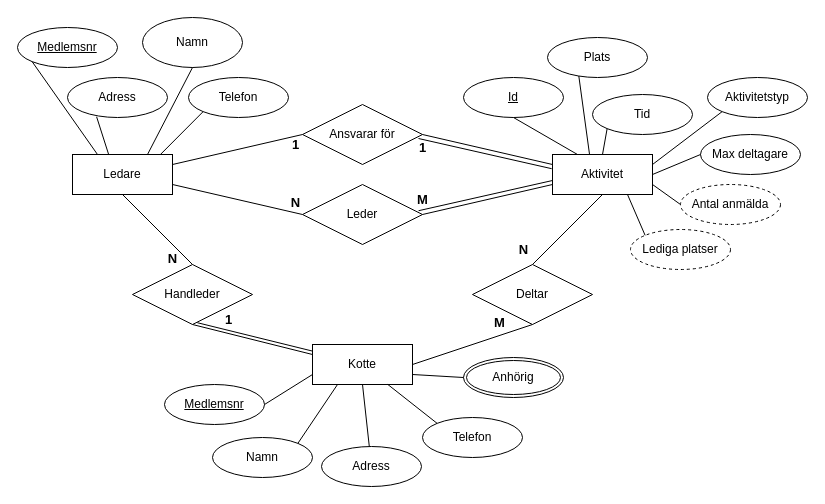
The draw.io diagram page "ER-modell" (1 of 2) of Brunflomullar.drawio in Ingelisun/ERmodels, before the edit. Source tidied: cells renumbered, new cells numbered last; positions are measured from the earlier drawing's top-left corner, leaving out a move shared by most shapes. Both pictures are drawn from the tidied source at 100%, with x=0, y=0 at pixel (17, 17).
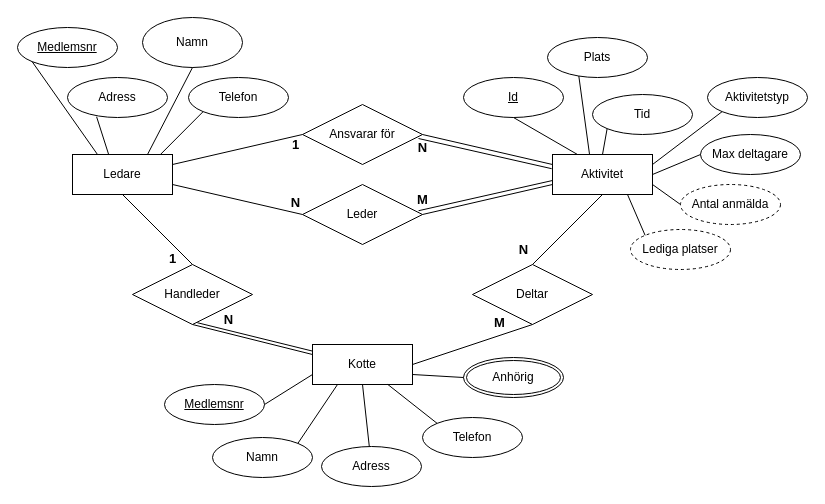
After the change.

The edit, as a diff of the source:
```diff
@@
-    <mxCell id="21" value="&lt;font style=&quot;font-size: 13px&quot;&gt;&lt;b style=&quot;font-size: 13px&quot;&gt;1&lt;/b&gt;&lt;/font&gt;" style="text;html=1;align=center;verticalAlign=middle;fillColor=none;strokeColor=none;rounded=0;fontSize=13;" parent="1" vertex="1">
+    <mxCell id="21" value="&lt;font style=&quot;font-size: 13px&quot;&gt;&lt;b style=&quot;font-size: 13px&quot;&gt;N&lt;/b&gt;&lt;/font&gt;" style="text;html=1;align=center;verticalAlign=middle;fillColor=none;strokeColor=none;rounded=0;fontSize=13;" parent="1" vertex="1">
       <mxGeometry x="395" y="120" width="20" height="20" as="geometry" />
     </mxCell>
@@
-    <mxCell id="26" value="&lt;font style=&quot;font-size: 13px&quot;&gt;&lt;b style=&quot;font-size: 13px&quot;&gt;1&lt;/b&gt;&lt;/font&gt;" style="text;html=1;align=center;verticalAlign=middle;fillColor=none;strokeColor=none;rounded=0;fontSize=13;" parent="1" vertex="1">
+    <mxCell id="26" value="&lt;font style=&quot;font-size: 13px&quot;&gt;&lt;b style=&quot;font-size: 13px&quot;&gt;N&lt;/b&gt;&lt;/font&gt;" style="text;html=1;align=center;verticalAlign=middle;fillColor=none;strokeColor=none;rounded=0;fontSize=13;" parent="1" vertex="1">
       <mxGeometry x="201" y="292" width="20" height="20" as="geometry" />
     </mxCell>
-    <mxCell id="27" value="&lt;font style=&quot;font-size: 13px;&quot;&gt;&lt;b style=&quot;font-size: 13px;&quot;&gt;N&lt;/b&gt;&lt;/font&gt;" style="text;html=1;align=center;verticalAlign=middle;fillColor=none;strokeColor=none;rounded=0;fontSize=13;" parent="1" vertex="1">
+    <mxCell id="27" value="&lt;font style=&quot;font-size: 13px&quot;&gt;&lt;b style=&quot;font-size: 13px&quot;&gt;1&lt;/b&gt;&lt;/font&gt;" style="text;html=1;align=center;verticalAlign=middle;fillColor=none;strokeColor=none;rounded=0;fontSize=13;" parent="1" vertex="1">
       <mxGeometry x="145" y="231" width="20" height="20" as="geometry" />
     </mxCell>
```
